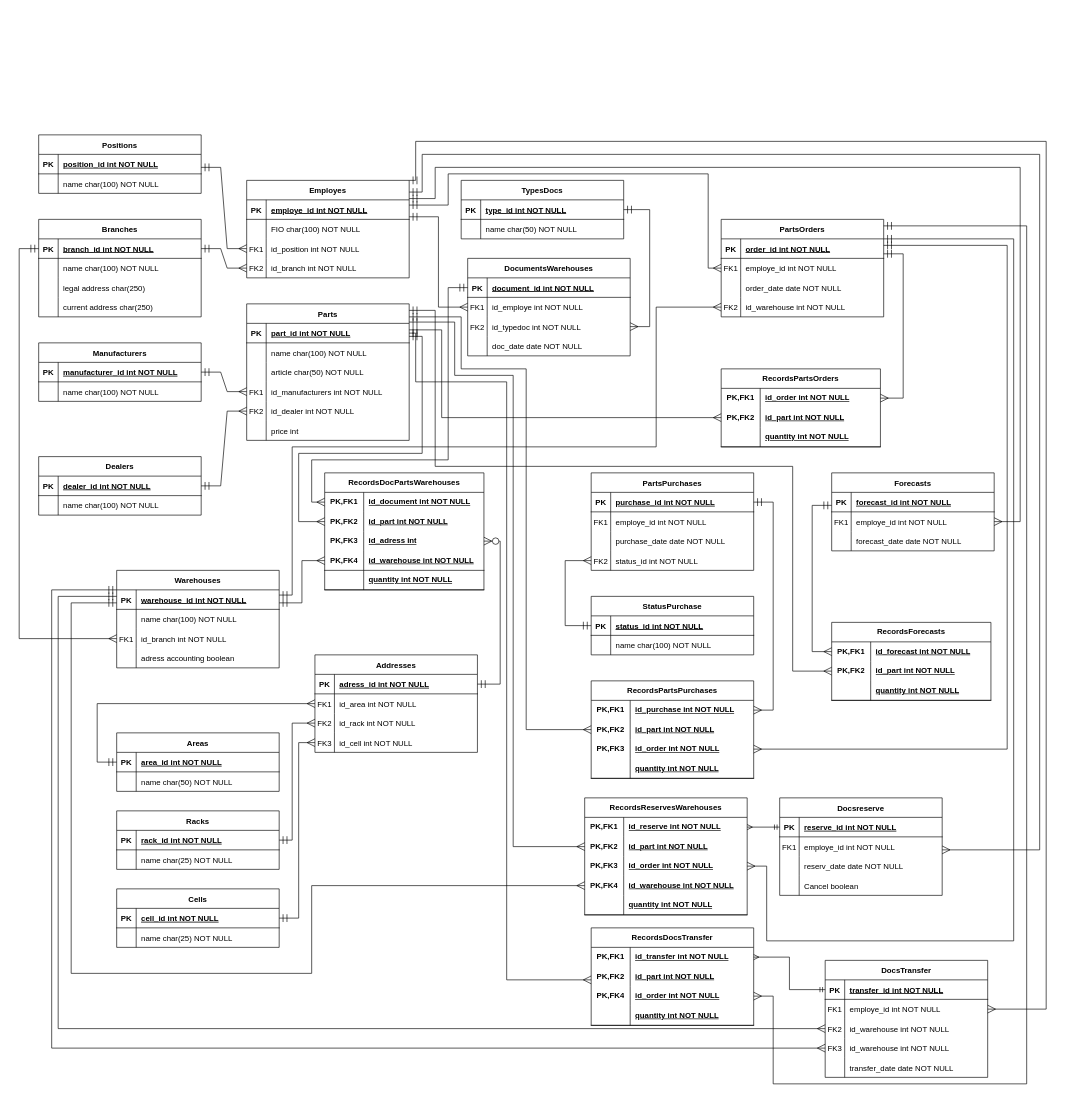
Earlier version of the draw.io diagram ER diagram.drawio (aapoplavskii/Project_Otus_SA). Source tidied: cells renumbered, new cells numbered last; positions are measured from the earlier drawing's top-left corner, leaving out a move shared by most shapes. Both pictures are drawn from the tidied source at 65%, with x=0, y=0 at pixel (19, 135).
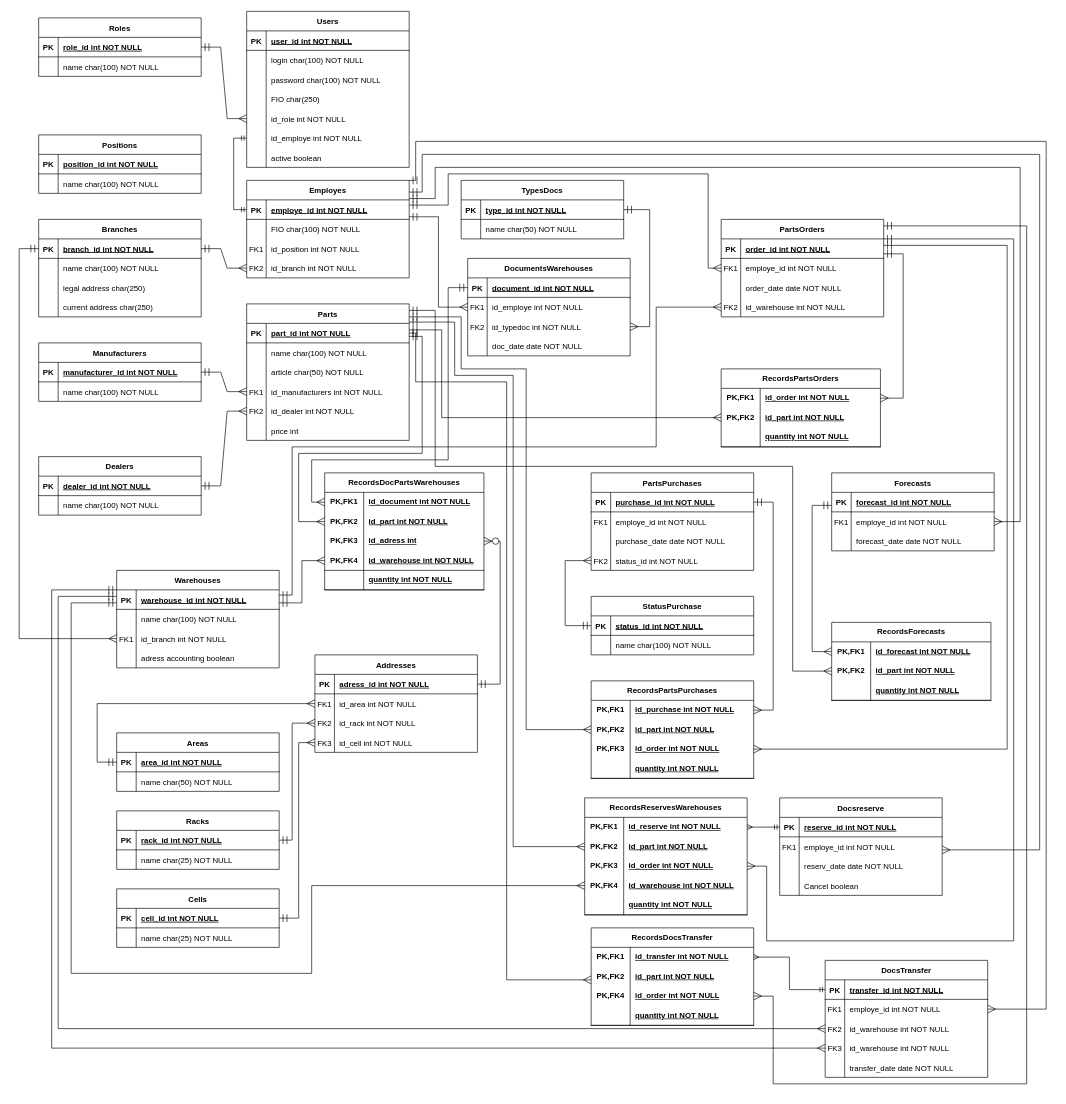
Above is the later version.

The change refers to these unchanged cells:
```xml
<mxCell id="16" style="shape=partialRectangle;fillColor=none;points=[[0,0.5],[1,0.5]];portConstraint=eastwest;top=0;left=0;right=0;bottom=1;" parent="15" vertex="1">
  <mxGeometry y="30" width="250" height="30" as="geometry" />
</mxCell>
<mxCell id="22" style="shape=partialRectangle;fillColor=none;points=[[0,0.5],[1,0.5]];portConstraint=eastwest;top=0;left=0;right=0;bottom=0;" parent="15" vertex="1">
  <mxGeometry y="90" width="250" height="30" as="geometry" />
</mxCell>
```

Change to the diagram source:
```diff
@@
-    <mxCell id="48" style="edgeStyle=entityRelationEdgeStyle;fontSize=12;html=1;endArrow=ERmany;rounded=0;entryX=0;entryY=0.5;entryDx=0;entryDy=0;endSize=10;startSize=10;startArrow=ERmandOne;startFill=0;endFill=0;" parent="1" edge="1" target="22">
+    <mxCell id="48" style="edgeStyle=entityRelationEdgeStyle;fontSize=12;html=1;endArrow=ERmany;rounded=0;entryX=0;entryY=0.5;entryDx=0;entryDy=0;endSize=10;startSize=10;startArrow=ERmandOne;startFill=0;endFill=0;" parent="1" edge="1" target="341">
       <mxGeometry relative="1" as="geometry">
-        <mxPoint x="280" y="50" as="sourcePoint" />
+        <mxPoint x="280" y="-135" as="sourcePoint" />
       </mxGeometry>
     </mxCell>
@@
+    <mxCell id="321" value="Roles" style="shape=table;startSize=30;childLayout=tableLayout;rowLines=0;fontStyle=1;align=center;" parent="1" vertex="1">
+      <mxGeometry x="30" y="-180" width="250" height="90" as="geometry" />
+    </mxCell>
+    <mxCell id="322" style="shape=partialRectangle;fillColor=none;top=0;left=0;right=0;bottom=1;" parent="321" vertex="1">
+      <mxGeometry y="30" width="250" height="30" as="geometry" />
+    </mxCell>
+    <mxCell id="323" value="PK" style="shape=partialRectangle;overflow=hidden;fillColor=none;top=0;left=0;bottom=0;right=0;fontStyle=1;" parent="322" vertex="1">
+      <mxGeometry width="30" height="30" as="geometry" />
+    </mxCell>
+    <mxCell id="324" value="role_id int NOT NULL " style="shape=partialRectangle;overflow=hidden;fillColor=none;top=0;left=0;bottom=0;right=0;align=left;spacingLeft=6;fontStyle=5;" parent="322" vertex="1">
+      <mxGeometry x="30" width="220" height="30" as="geometry" />
+    </mxCell>
+    <mxCell id="325" style="shape=partialRectangle;fillColor=none;top=0;left=0;right=0;bottom=0;" parent="321" vertex="1">
+      <mxGeometry y="60" width="250" height="30" as="geometry" />
+    </mxCell>
+    <mxCell id="326" style="shape=partialRectangle;overflow=hidden;fillColor=none;top=0;left=0;bottom=0;right=0;" parent="325" vertex="1">
+      <mxGeometry width="30" height="30" as="geometry" />
+    </mxCell>
+    <mxCell id="327" value="name char(100) NOT NULL" style="shape=partialRectangle;overflow=hidden;fillColor=none;top=0;left=0;bottom=0;right=0;align=left;spacingLeft=6;" parent="325" vertex="1">
+      <mxGeometry x="30" width="220" height="30" as="geometry" />
+    </mxCell>
+    <mxCell id="328" value="Users" style="shape=table;startSize=30;childLayout=tableLayout;rowLines=0;fontStyle=1;align=center;" parent="1" vertex="1">
+      <mxGeometry x="350" y="-190" width="250" height="240" as="geometry" />
+    </mxCell>
+    <mxCell id="329" style="shape=partialRectangle;fillColor=none;top=0;left=0;right=0;bottom=1;" parent="328" vertex="1">
+      <mxGeometry y="30" width="250" height="30" as="geometry" />
+    </mxCell>
+    <mxCell id="330" value="PK" style="shape=partialRectangle;overflow=hidden;fillColor=none;top=0;left=0;bottom=0;right=0;fontStyle=1;" parent="329" vertex="1">
+      <mxGeometry width="30" height="30" as="geometry" />
+    </mxCell>
+    <mxCell id="331" value="user_id int NOT NULL " style="shape=partialRectangle;overflow=hidden;fillColor=none;top=0;left=0;bottom=0;right=0;align=left;spacingLeft=6;fontStyle=5;" parent="329" vertex="1">
+      <mxGeometry x="30" width="220" height="30" as="geometry" />
+    </mxCell>
+    <mxCell id="332" style="shape=partialRectangle;fillColor=none;top=0;left=0;right=0;bottom=0;" parent="328" vertex="1">
+      <mxGeometry y="60" width="250" height="30" as="geometry" />
+    </mxCell>
+    <mxCell id="333" style="shape=partialRectangle;overflow=hidden;fillColor=none;top=0;left=0;bottom=0;right=0;" parent="332" vertex="1">
+      <mxGeometry width="30" height="30" as="geometry" />
+    </mxCell>
+    <mxCell id="334" value="login char(100) NOT NULL" style="shape=partialRectangle;overflow=hidden;fillColor=none;top=0;left=0;bottom=0;right=0;align=left;spacingLeft=6;" parent="332" vertex="1">
+      <mxGeometry x="30" width="220" height="30" as="geometry" />
+    </mxCell>
+    <mxCell id="335" style="shape=partialRectangle;fillColor=none;top=0;left=0;right=0;bottom=0;" parent="328" vertex="1">
+      <mxGeometry y="90" width="250" height="30" as="geometry" />
+    </mxCell>
+    <mxCell id="336" style="shape=partialRectangle;overflow=hidden;fillColor=none;top=0;left=0;bottom=0;right=0;" parent="335" vertex="1">
+      <mxGeometry width="30" height="30" as="geometry" />
+    </mxCell>
+    <mxCell id="337" value="password char(100) NOT NULL" style="shape=partialRectangle;overflow=hidden;fillColor=none;top=0;left=0;bottom=0;right=0;align=left;spacingLeft=6;" parent="335" vertex="1">
+      <mxGeometry x="30" width="220" height="30" as="geometry" />
+    </mxCell>
+    <mxCell id="338" style="shape=partialRectangle;fillColor=none;top=0;left=0;right=0;bottom=0;" parent="328" vertex="1">
+      <mxGeometry y="120" width="250" height="30" as="geometry" />
+    </mxCell>
+    <mxCell id="339" style="shape=partialRectangle;overflow=hidden;fillColor=none;top=0;left=0;bottom=0;right=0;" parent="338" vertex="1">
+      <mxGeometry width="30" height="30" as="geometry" />
+    </mxCell>
+    <mxCell id="340" value="FIO char(250) " style="shape=partialRectangle;overflow=hidden;fillColor=none;top=0;left=0;bottom=0;right=0;align=left;spacingLeft=6;" parent="338" vertex="1">
+      <mxGeometry x="30" width="220" height="30" as="geometry" />
+    </mxCell>
+    <mxCell id="341" style="shape=partialRectangle;fillColor=none;points=[[0,0.5],[1,0.5]];portConstraint=eastwest;top=0;left=0;right=0;bottom=0;" parent="328" vertex="1">
+      <mxGeometry y="150" width="250" height="30" as="geometry" />
+    </mxCell>
+    <mxCell id="342" style="shape=partialRectangle;overflow=hidden;fillColor=none;top=0;left=0;bottom=0;right=0;" parent="341" vertex="1">
+      <mxGeometry width="30" height="30" as="geometry" />
+    </mxCell>
+    <mxCell id="343" value="id_role int NOT NULL" style="shape=partialRectangle;overflow=hidden;fillColor=none;top=0;left=0;bottom=0;right=0;align=left;spacingLeft=6;" parent="341" vertex="1">
+      <mxGeometry x="30" width="220" height="30" as="geometry" />
+    </mxCell>
+    <mxCell id="344" style="shape=partialRectangle;fillColor=none;points=[[0,0.5],[1,0.5]];portConstraint=eastwest;top=0;left=0;right=0;bottom=0;" parent="328" vertex="1">
+      <mxGeometry y="180" width="250" height="30" as="geometry" />
+    </mxCell>
+    <mxCell id="345" style="shape=partialRectangle;overflow=hidden;fillColor=none;top=0;left=0;bottom=0;right=0;" parent="344" vertex="1">
+      <mxGeometry width="30" height="30" as="geometry" />
+    </mxCell>
+    <mxCell id="346" value="id_employe int NOT NULL" style="shape=partialRectangle;overflow=hidden;fillColor=none;top=0;left=0;bottom=0;right=0;align=left;spacingLeft=6;" parent="344" vertex="1">
+      <mxGeometry x="30" width="220" height="30" as="geometry" />
+    </mxCell>
+    <mxCell id="347" style="shape=partialRectangle;fillColor=none;top=0;left=0;right=0;bottom=0;" parent="328" vertex="1">
+      <mxGeometry y="210" width="250" height="30" as="geometry" />
+    </mxCell>
+    <mxCell id="348" style="shape=partialRectangle;overflow=hidden;fillColor=none;top=0;left=0;bottom=0;right=0;" parent="347" vertex="1">
+      <mxGeometry width="30" height="30" as="geometry" />
+    </mxCell>
+    <mxCell id="349" value="active boolean" style="shape=partialRectangle;overflow=hidden;fillColor=none;top=0;left=0;bottom=0;right=0;align=left;spacingLeft=6;" parent="347" vertex="1">
+      <mxGeometry x="30" width="220" height="30" as="geometry" />
+    </mxCell>
+    <mxCell id="350" style="edgeStyle=orthogonalEdgeStyle;rounded=0;jettySize=auto;html=1;entryX=0;entryY=0.5;entryDx=0;entryDy=0;startArrow=ERmandOne;startFill=0;endArrow=ERmandOne;endFill=0;exitX=0;exitY=0.5;exitDx=0;exitDy=0;" parent="1" edge="1" source="16" target="344">
+      <mxGeometry relative="1" as="geometry" />
+    </mxCell>
```
